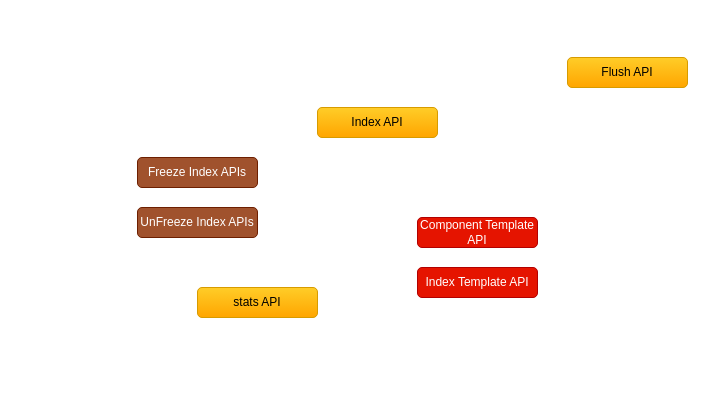
Before: page "Index APIs" (1 of 4) of My Articles/elastic stack/ES REST APIs.drawio in paramothers/books, a draw.io diagram. Source tidied: cells renumbered, new cells numbered last; positions are measured from the earlier drawing's top-left corner, leaving out a move shared by most shapes. Both pictures are drawn from the tidied source at 100%, with x=0, y=0 at pixel (137, 57).
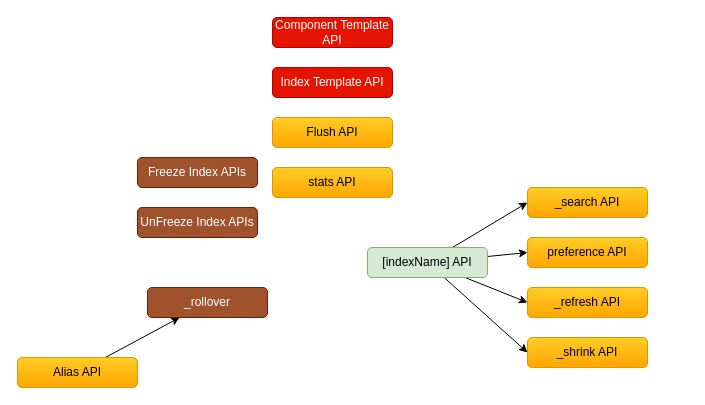
The same page after the edit.

Diff of the diagram source:
```diff
@@
 <mxGraphModel>
   <root>
     <mxCell id="0" />
     <mxCell id="1" parent="0" />
     <mxCell id="2" value="Component Template API" style="rounded=1;whiteSpace=wrap;html=1;fillColor=#e51400;strokeColor=#B20000;fontColor=#ffffff;" parent="1" vertex="1">
-      <mxGeometry x="280" y="160" width="120" height="30" as="geometry" />
+      <mxGeometry x="135" y="-40" width="120" height="30" as="geometry" />
     </mxCell>
     <mxCell id="3" value="Index Template API" style="rounded=1;whiteSpace=wrap;html=1;fillColor=#e51400;strokeColor=#B20000;fontColor=#ffffff;" parent="1" vertex="1">
-      <mxGeometry x="280" y="210" width="120" height="30" as="geometry" />
+      <mxGeometry x="135" y="10" width="120" height="30" as="geometry" />
     </mxCell>
     <mxCell id="4" value="Freeze Index APIs" style="rounded=1;whiteSpace=wrap;html=1;fillColor=#a0522d;strokeColor=#6D1F00;fontColor=#ffffff;" parent="1" vertex="1">
       <mxGeometry y="100" width="120" height="30" as="geometry" />
     </mxCell>
     <mxCell id="5" value="UnFreeze Index APIs" style="rounded=1;whiteSpace=wrap;html=1;fillColor=#a0522d;strokeColor=#6D1F00;fontColor=#ffffff;" parent="1" vertex="1">
       <mxGeometry y="150" width="120" height="30" as="geometry" />
     </mxCell>
+    <mxCell id="9" style="rounded=0;jettySize=auto;html=1;entryX=0;entryY=0.5;entryDx=0;entryDy=0;" parent="1" edge="1" source="6" target="13">
+      <mxGeometry relative="1" as="geometry" />
+    </mxCell>
+    <mxCell id="10" style="edgeStyle=none;rounded=0;jettySize=auto;html=1;entryX=0;entryY=0.5;entryDx=0;entryDy=0;" parent="1" edge="1" source="6" target="14">
+      <mxGeometry relative="1" as="geometry" />
+    </mxCell>
+    <mxCell id="11" style="edgeStyle=none;rounded=0;jettySize=auto;html=1;entryX=0;entryY=0.5;entryDx=0;entryDy=0;" parent="1" edge="1" source="6" target="15">
+      <mxGeometry relative="1" as="geometry" />
+    </mxCell>
+    <mxCell id="12" style="edgeStyle=none;rounded=0;jettySize=auto;html=1;entryX=0;entryY=0.5;entryDx=0;entryDy=0;" parent="1" edge="1" source="6" target="16">
+      <mxGeometry relative="1" as="geometry" />
+    </mxCell>
-    <mxCell id="6" value="Index API" style="rounded=1;whiteSpace=wrap;html=1;gradientColor=#ffa500;fillColor=#ffcd28;strokeColor=#d79b00;" parent="1" vertex="1">
-      <mxGeometry x="180" y="50" width="120" height="30" as="geometry" />
+    <mxCell id="6" value="[indexName] API" style="rounded=1;whiteSpace=wrap;html=1;fillColor=#d5e8d4;strokeColor=#82b366;" parent="1" vertex="1">
+      <mxGeometry x="230" y="190" width="120" height="30" as="geometry" />
     </mxCell>
     <mxCell id="7" value="stats API" style="rounded=1;whiteSpace=wrap;html=1;gradientColor=#ffa500;fillColor=#ffcd28;strokeColor=#d79b00;" parent="1" vertex="1">
-      <mxGeometry x="60" y="230" width="120" height="30" as="geometry" />
+      <mxGeometry x="135" y="110" width="120" height="30" as="geometry" />
     </mxCell>
     <mxCell id="8" value="Flush API" style="rounded=1;whiteSpace=wrap;html=1;gradientColor=#ffa500;fillColor=#ffcd28;strokeColor=#d79b00;" parent="1" vertex="1">
-      <mxGeometry x="430" width="120" height="30" as="geometry" />
+      <mxGeometry x="135" y="60" width="120" height="30" as="geometry" />
     </mxCell>
+    <mxCell id="13" value="_search API" style="rounded=1;whiteSpace=wrap;html=1;gradientColor=#ffa500;fillColor=#ffcd28;strokeColor=#d79b00;" parent="1" vertex="1">
+      <mxGeometry x="390" y="130" width="120" height="30" as="geometry" />
+    </mxCell>
+    <mxCell id="14" value="preference API" style="rounded=1;whiteSpace=wrap;html=1;gradientColor=#ffa500;fillColor=#ffcd28;strokeColor=#d79b00;" parent="1" vertex="1">
+      <mxGeometry x="390" y="180" width="120" height="30" as="geometry" />
+    </mxCell>
+    <mxCell id="15" value="_refresh API" style="rounded=1;whiteSpace=wrap;html=1;gradientColor=#ffa500;fillColor=#ffcd28;strokeColor=#d79b00;" parent="1" vertex="1">
+      <mxGeometry x="390" y="230" width="120" height="30" as="geometry" />
+    </mxCell>
+    <mxCell id="16" value="_shrink API" style="rounded=1;whiteSpace=wrap;html=1;gradientColor=#ffa500;fillColor=#ffcd28;strokeColor=#d79b00;" parent="1" vertex="1">
+      <mxGeometry x="390" y="280" width="120" height="30" as="geometry" />
+    </mxCell>
+    <mxCell id="17" style="edgeStyle=none;rounded=0;jettySize=auto;html=1;" parent="1" edge="1" source="18" target="19">
+      <mxGeometry relative="1" as="geometry" />
+    </mxCell>
+    <mxCell id="18" value="Alias API" style="rounded=1;whiteSpace=wrap;html=1;gradientColor=#ffa500;fillColor=#ffcd28;strokeColor=#d79b00;" parent="1" vertex="1">
+      <mxGeometry x="-120" y="300" width="120" height="30" as="geometry" />
+    </mxCell>
+    <mxCell id="19" value="_rollover" style="rounded=1;whiteSpace=wrap;html=1;fillColor=#a0522d;strokeColor=#6D1F00;fontColor=#ffffff;" parent="1" vertex="1">
+      <mxGeometry x="10" y="230" width="120" height="30" as="geometry" />
+    </mxCell>
   </root>
 </mxGraphModel>
```
